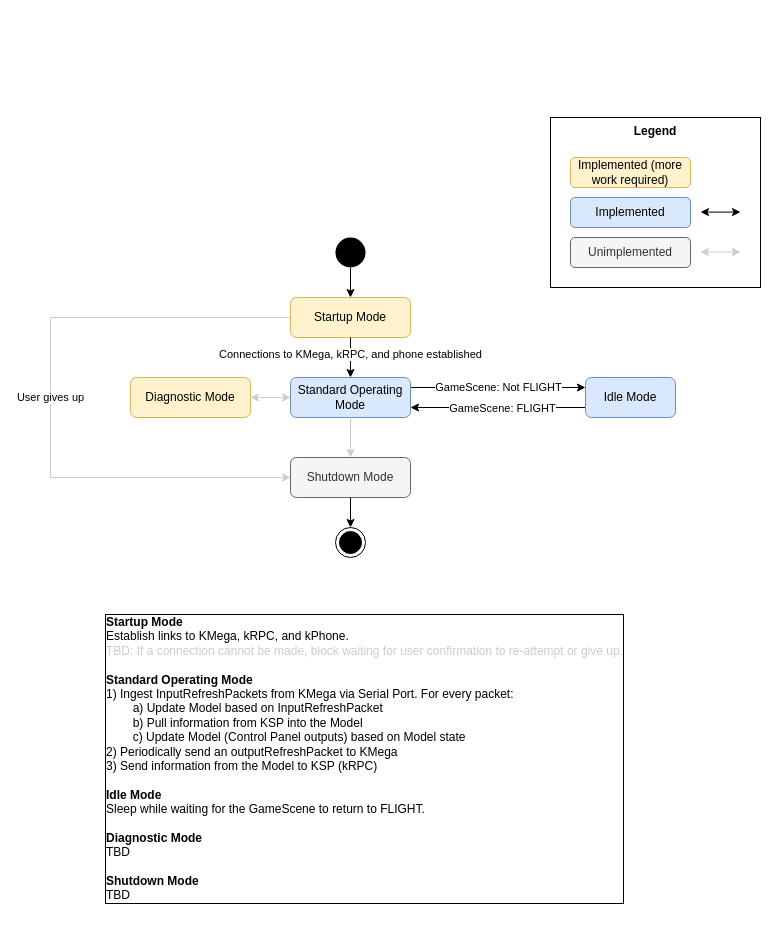
Before: Diagrams/KMegaStateMachine.drawio in mountaineerman/KCP2, a draw.io diagram. Source tidied: cells renumbered, new cells numbered last; positions are measured from the earlier drawing's top-left corner, leaving out a move shared by most shapes. Both pictures are drawn from the tidied source at 100%, with x=0, y=0 at pixel (50, 117).
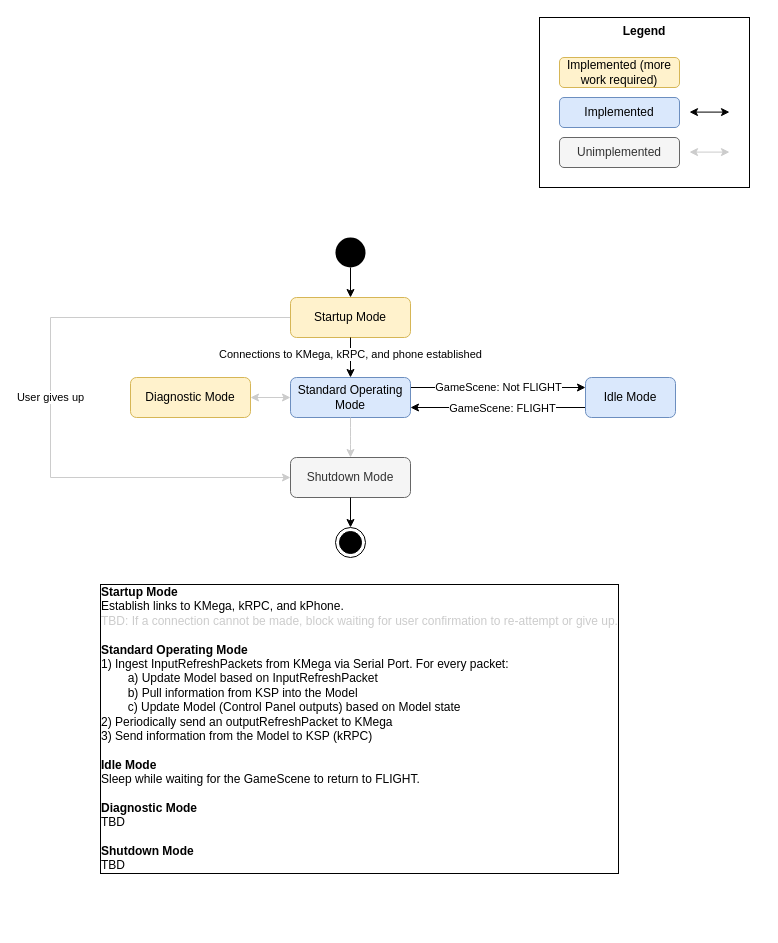
The same page after the edit.

Diff of the diagram source:
```diff
@@
     <mxCell id="2" value="&lt;b&gt;Legend&lt;/b&gt;" style="text;html=1;align=center;verticalAlign=top;whiteSpace=wrap;rounded=0;fillColor=default;strokeColor=default;" parent="1" vertex="1">
-      <mxGeometry x="500" width="210" height="170" as="geometry" />
+      <mxGeometry x="489" y="-100" width="210" height="170" as="geometry" />
     </mxCell>
@@
     <mxCell id="17" value="Implemented" style="rounded=1;whiteSpace=wrap;html=1;fillColor=#dae8fc;strokeColor=#6c8ebf;" parent="1" vertex="1">
-      <mxGeometry x="520" y="80" width="120" height="30" as="geometry" />
+      <mxGeometry x="509" y="-20" width="120" height="30" as="geometry" />
     </mxCell>
     <mxCell id="18" value="Implemented (more work required)" style="rounded=1;whiteSpace=wrap;html=1;fillColor=#fff2cc;strokeColor=#d6b656;" parent="1" vertex="1">
-      <mxGeometry x="520" y="40" width="120" height="30" as="geometry" />
+      <mxGeometry x="509" y="-60" width="120" height="30" as="geometry" />
     </mxCell>
     <mxCell id="19" value="Unimplemented" style="rounded=1;whiteSpace=wrap;html=1;fillColor=#f5f5f5;strokeColor=#666666;fontColor=#333333;" parent="1" vertex="1">
-      <mxGeometry x="520" y="120" width="120" height="30" as="geometry" />
+      <mxGeometry x="509" y="20" width="120" height="30" as="geometry" />
     </mxCell>
-    <mxCell id="20" value="&lt;b&gt;Startup Mode&lt;/b&gt;&lt;div&gt;Establish links to KMega, kRPC, and kPhone.&lt;/div&gt;&lt;div&gt;&lt;font color=&quot;#cccccc&quot;&gt;TBD: If a connection cannot be made, block waiting for user confirmation to re-attempt or give up.&lt;/font&gt;&lt;/div&gt;&lt;div&gt;&lt;br&gt;&lt;/div&gt;&lt;div&gt;&lt;b&gt;Standard Operating Mode&lt;/b&gt;&lt;/div&gt;&lt;div&gt;&lt;span style=&quot;&quot;&gt;1) Ingest InputRefreshPackets from KMega via Serial Port. For every packet:&lt;/span&gt;&lt;br&gt;&lt;/div&gt;&lt;div&gt;&lt;span style=&quot;&quot;&gt;&lt;span style=&quot;white-space: pre;&quot;&gt;&#9;&lt;/span&gt;a) Update Model based on&amp;nbsp;&lt;/span&gt;&lt;span style=&quot;&quot;&gt;InputRefreshPacket&lt;/span&gt;&lt;span style=&quot;&quot;&gt;&lt;br&gt;&lt;/span&gt;&lt;/div&gt;&lt;div&gt;&lt;span style=&quot;&quot;&gt;&lt;span style=&quot;white-space: pre;&quot;&gt;&#9;&lt;/span&gt;b) Pull information from KSP into the Model&lt;/span&gt;&lt;/div&gt;&lt;div&gt;&lt;span style=&quot;&quot;&gt;&lt;span style=&quot;white-space: pre;&quot;&gt;&#9;&lt;/span&gt;c) Update Model (Control Panel outputs) based on Model state&lt;br&gt;&lt;/span&gt;&lt;/div&gt;&lt;div&gt;2) Periodically send an outputRefreshPacket to KMega&lt;/div&gt;&lt;div&gt;3) Send information from the Model to KSP (kRPC)&lt;/div&gt;&lt;div&gt;&lt;br&gt;&lt;/div&gt;&lt;div&gt;&lt;b&gt;Idle Mode&lt;/b&gt;&lt;/div&gt;&lt;div&gt;Sleep while waiting for the GameScene to return to FLIGHT.&lt;/div&gt;&lt;div&gt;&lt;b&gt;&lt;br&gt;&lt;/b&gt;&lt;/div&gt;&lt;div&gt;&lt;b&gt;Diagnostic Mode&lt;/b&gt;&lt;/div&gt;&lt;div&gt;TBD&lt;/div&gt;&lt;div&gt;&lt;br&gt;&lt;/div&gt;&lt;div&gt;&lt;b&gt;Shutdown Mode&lt;/b&gt;&lt;/div&gt;&lt;div&gt;TBD&lt;/div&gt;" style="text;html=1;align=left;verticalAlign=top;whiteSpace=wrap;rounded=0;labelBackgroundColor=default;labelBorderColor=default;" parent="1" vertex="1">
-      <mxGeometry x="53" y="490" width="540" height="310" as="geometry" />
+    <mxCell id="20" value="&lt;b&gt;Startup Mode&lt;/b&gt;&lt;div&gt;Establish links to KMega, kRPC, and kPhone.&lt;/div&gt;&lt;div&gt;&lt;font color=&quot;#cccccc&quot;&gt;TBD: If a connection cannot be made, block waiting for user confirmation to re-attempt or give up.&lt;/font&gt;&lt;/div&gt;&lt;div&gt;&lt;br&gt;&lt;/div&gt;&lt;div&gt;&lt;b&gt;Standard Operating Mode&lt;/b&gt;&lt;/div&gt;&lt;div&gt;&lt;span style=&quot;&quot;&gt;1) Ingest InputRefreshPackets from KMega via Serial Port. For every packet:&lt;/span&gt;&lt;br&gt;&lt;/div&gt;&lt;div&gt;&lt;span style=&quot;&quot;&gt;&lt;span style=&quot;white-space: pre;&quot;&gt;&#9;&lt;/span&gt;a) Update Model based on&amp;nbsp;&lt;/span&gt;&lt;span style=&quot;&quot;&gt;InputRefreshPacket&lt;/span&gt;&lt;span style=&quot;&quot;&gt;&lt;br&gt;&lt;/span&gt;&lt;/div&gt;&lt;div&gt;&lt;span style=&quot;&quot;&gt;&lt;span style=&quot;white-space: pre;&quot;&gt;&#9;&lt;/span&gt;b) Pull information from KSP into the Model&lt;/span&gt;&lt;/div&gt;&lt;div&gt;&lt;span style=&quot;&quot;&gt;&lt;span style=&quot;white-space: pre;&quot;&gt;&#9;&lt;/span&gt;c) Update Model (Control Panel outputs) based on Model state&lt;br&gt;&lt;/span&gt;&lt;/div&gt;&lt;div&gt;2) Periodically send an outputRefreshPacket to KMega&lt;/div&gt;&lt;div&gt;3) Send information from the Model to KSP (kRPC)&lt;/div&gt;&lt;div&gt;&lt;br&gt;&lt;/div&gt;&lt;div&gt;&lt;div&gt;&lt;b&gt;Idle Mode&lt;/b&gt;&lt;br&gt;&lt;/div&gt;&lt;/div&gt;&lt;div&gt;Sleep while waiting for the GameScene to return to FLIGHT.&lt;/div&gt;&lt;div&gt;&lt;b&gt;&lt;br&gt;&lt;/b&gt;&lt;/div&gt;&lt;div&gt;&lt;b&gt;Diagnostic Mode&lt;/b&gt;&lt;/div&gt;&lt;div&gt;TBD&lt;/div&gt;&lt;div&gt;&lt;br&gt;&lt;/div&gt;&lt;div&gt;&lt;b&gt;Shutdown Mode&lt;/b&gt;&lt;/div&gt;&lt;div&gt;TBD&lt;/div&gt;" style="text;html=1;align=left;verticalAlign=top;whiteSpace=wrap;rounded=0;labelBackgroundColor=default;labelBorderColor=default;" parent="1" vertex="1">
+      <mxGeometry x="48" y="460" width="540" height="310" as="geometry" />
     </mxCell>
     <mxCell id="21" style="endArrow=classic;html=1;exitX=0;exitY=0.5;exitDx=0;exitDy=0;entryX=1;entryY=0.5;entryDx=0;entryDy=0;startArrow=classic;startFill=1;strokeColor=#CCCCCC;" parent="1" edge="1">
       <mxGeometry relative="1" as="geometry">
-        <mxPoint x="690" y="134.6" as="sourcePoint" />
-        <mxPoint x="650" y="134.6" as="targetPoint" />
+        <mxPoint x="679" y="34.6" as="sourcePoint" />
+        <mxPoint x="639" y="34.6" as="targetPoint" />
       </mxGeometry>
     </mxCell>
     <mxCell id="22" style="endArrow=classic;html=1;exitX=0;exitY=0.5;exitDx=0;exitDy=0;entryX=1;entryY=0.5;entryDx=0;entryDy=0;startArrow=classic;startFill=1;strokeColor=#000000;" parent="1" edge="1">
       <mxGeometry relative="1" as="geometry">
-        <mxPoint x="690" y="94.6" as="sourcePoint" />
-        <mxPoint x="650" y="94.6" as="targetPoint" />
+        <mxPoint x="679" y="-5.4" as="sourcePoint" />
+        <mxPoint x="639" y="-5.4" as="targetPoint" />
       </mxGeometry>
     </mxCell>
```
